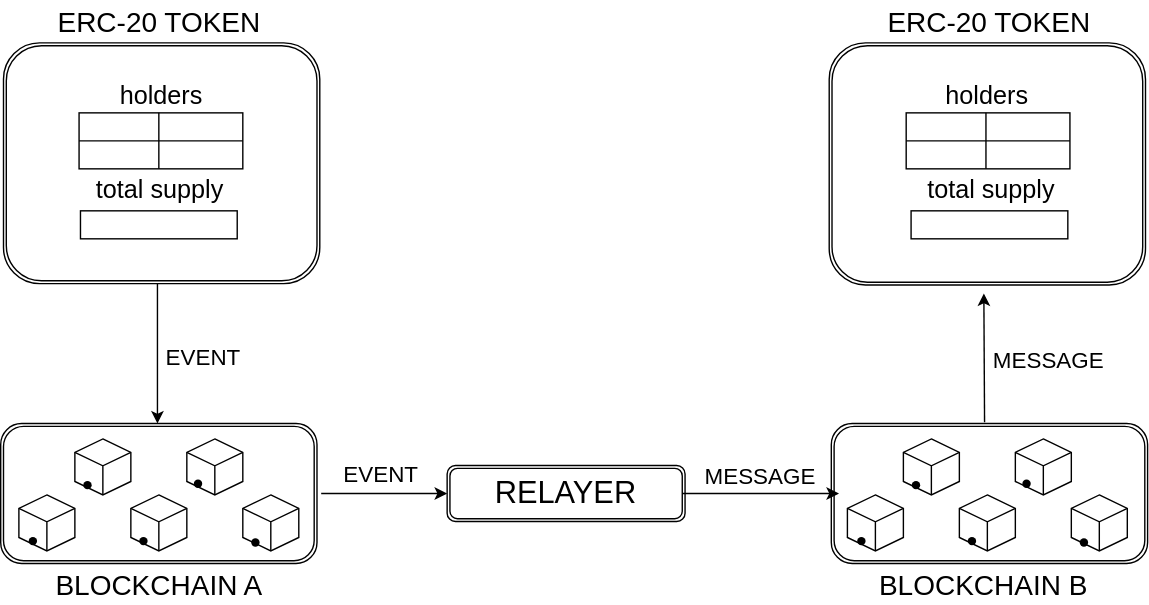
Earlier version of the draw.io export static/img/drawings/interop_message.svg (GoFungible/interop-site). Source tidied: cells renumbered, new cells last; positions are measured from the earlier drawing's top-left corner, leaving out a move shared by most shapes.
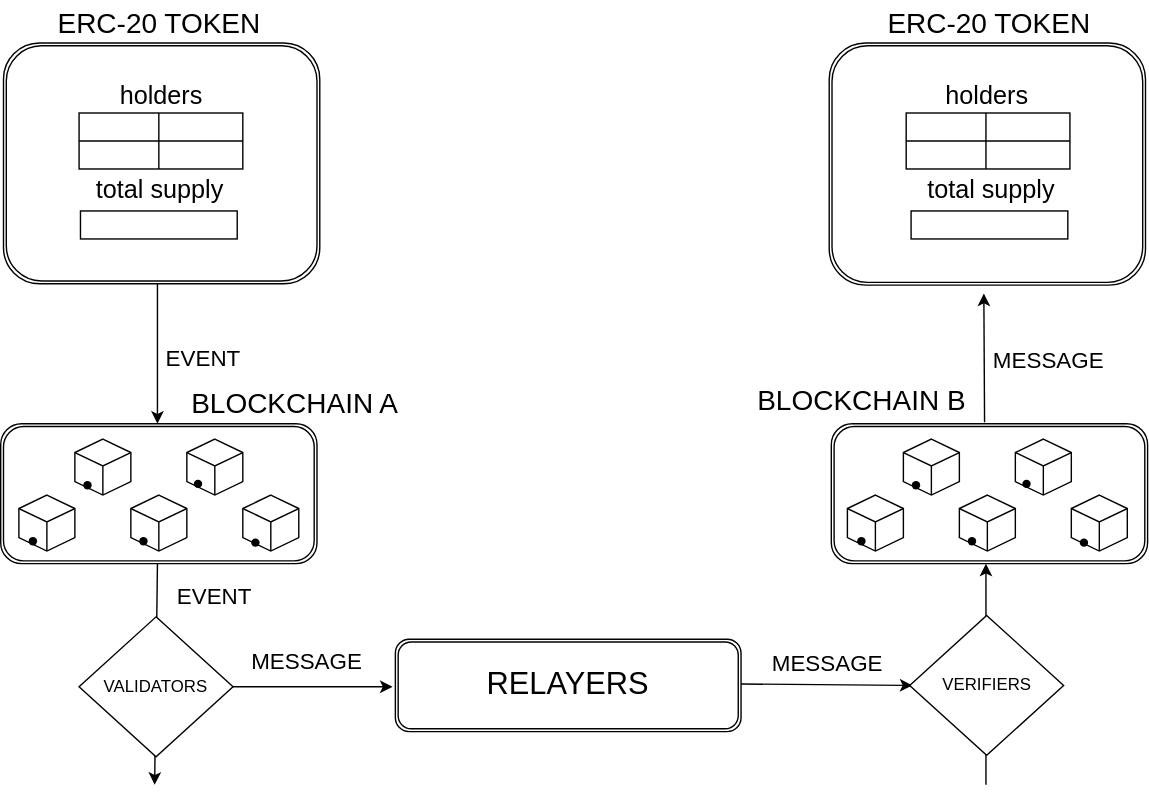
The same file after the commit.

The edit, as a diff of the source:
```diff
@@ -38,12 +38,13 @@
     <mxCell id="13" style="shape=waypoint;sketch=0;fillStyle=solid;size=6;fillColor=none;perimeter=centerPerimeter;labelBackgroundColor=none;" parent="1" vertex="1">
       <mxGeometry x="52" y="336" width="20" height="20" as="geometry" />
     </mxCell>
-    <mxCell id="14" value="&lt;font style=&quot;font-size: 22px;&quot;&gt;RELAYER&lt;/font&gt;" style="shape=ext;double=1;rounded=1;whiteSpace=wrap;html=1;labelBackgroundColor=none;" parent="1" vertex="1">
-      <mxGeometry x="319" y="332" width="170" height="40" as="geometry" />
+    <mxCell id="14" value="&lt;font style=&quot;font-size: 22px;&quot;&gt;RELAYERS&lt;/font&gt;" style="shape=ext;double=1;rounded=1;whiteSpace=wrap;html=1;labelBackgroundColor=none;" parent="1" vertex="1">
+      <mxGeometry x="282" y="456" width="247" height="66" as="geometry" />
     </mxCell>
-    <mxCell id="15" style="endArrow=classic;html=1;rounded=0;entryX=0;entryY=0.5;entryDx=0;entryDy=0;labelBackgroundColor=none;fontColor=default;" parent="1" edge="1" target="14">
+    <mxCell id="15" style="endArrow=classic;html=1;rounded=0;labelBackgroundColor=none;fontColor=default;" parent="1" edge="1">
       <mxGeometry relative="1" as="geometry">
-        <mxPoint x="229" y="352" as="sourcePoint" />
+        <mxPoint x="113" y="490" as="sourcePoint" />
+        <mxPoint x="280" y="490" as="targetPoint" />
       </mxGeometry>
     </mxCell>
     <mxCell id="16" style="html=1;shape=mxgraph.basic.isocube;isoAngle=15;labelBackgroundColor=none;" parent="1" vertex="1">
@@ -77,22 +78,19 @@
       <mxGeometry x="644" y="336" width="20" height="20" as="geometry" />
     </mxCell>
     <mxCell id="26" value="&lt;font style=&quot;font-size: 20px;&quot;&gt;BLOCKCHAIN A&lt;/font&gt;" style="text;html=1;whiteSpace=wrap;strokeColor=none;fillColor=none;align=center;verticalAlign=middle;rounded=0;" parent="1" vertex="1">
-      <mxGeometry x="35.5" y="402" width="155" height="30" as="geometry" />
+      <mxGeometry x="133" y="272" width="155" height="30" as="geometry" />
     </mxCell>
-    <mxCell id="27" value="&lt;span style=&quot;font-size: 16px;&quot;&gt;EVENT&lt;/span&gt;" style="text;html=1;whiteSpace=wrap;strokeColor=none;fillColor=none;align=center;verticalAlign=middle;rounded=0;" parent="1" vertex="1">
-      <mxGeometry x="239" y="323" width="66" height="30" as="geometry" />
-    </mxCell>
-    <mxCell id="28" style="endArrow=classic;html=1;rounded=0;exitX=1;exitY=0.5;exitDx=0;exitDy=0;exitPerimeter=0;labelBackgroundColor=none;fontColor=default;" parent="1" edge="1">
+    <mxCell id="28" style="endArrow=classic;html=1;rounded=0;labelBackgroundColor=none;fontColor=default;" parent="1" edge="1">
       <mxGeometry relative="1" as="geometry">
-        <mxPoint x="487" y="352" as="sourcePoint" />
-        <mxPoint x="599" y="352" as="targetPoint" />
+        <mxPoint x="704" y="560" as="sourcePoint" />
+        <mxPoint x="704" y="402" as="targetPoint" />
       </mxGeometry>
     </mxCell>
     <mxCell id="29" style="shape=ext;double=1;rounded=1;whiteSpace=wrap;html=1;" parent="1" vertex="1">
       <mxGeometry x="2" y="30" width="226" height="172" as="geometry" />
     </mxCell>
     <mxCell id="30" value="&lt;font style=&quot;font-size: 20px;&quot;&gt;BLOCKCHAIN B&lt;/font&gt;" style="text;html=1;whiteSpace=wrap;strokeColor=none;fillColor=none;align=center;verticalAlign=middle;rounded=0;" parent="1" vertex="1">
-      <mxGeometry x="625" y="402" width="155" height="30" as="geometry" />
+      <mxGeometry x="537.5" y="270" width="155" height="30" as="geometry" />
     </mxCell>
     <mxCell id="31" style="shape=ext;double=1;rounded=1;whiteSpace=wrap;html=1;" parent="1" vertex="1">
       <mxGeometry x="592" y="30" width="226" height="173" as="geometry" />
@@ -131,7 +129,7 @@
       <mxGeometry x="112" y="240" width="66" height="30" as="geometry" />
     </mxCell>
     <mxCell id="43" value="&lt;span style=&quot;font-size: 16px;&quot;&gt;MESSAGE&lt;/span&gt;" style="text;html=1;whiteSpace=wrap;strokeColor=none;fillColor=none;align=center;verticalAlign=middle;rounded=0;" parent="1" vertex="1">
-      <mxGeometry x="510" y="325" width="66" height="30" as="geometry" />
+      <mxGeometry x="558" y="458" width="66" height="30" as="geometry" />
     </mxCell>
     <mxCell id="44" value="&lt;span style=&quot;font-size: 16px;&quot;&gt;MESSAGE&lt;/span&gt;" style="text;html=1;whiteSpace=wrap;strokeColor=none;fillColor=none;align=center;verticalAlign=middle;rounded=0;" parent="1" vertex="1">
       <mxGeometry x="716" y="242" width="66" height="30" as="geometry" />
@@ -148,5 +146,29 @@
         <mxPoint x="702.5" y="209" as="targetPoint" />
       </mxGeometry>
     </mxCell>
+    <mxCell id="27" value="&lt;font style=&quot;font-size: 16px;&quot;&gt;EVENT&lt;/font&gt;" style="text;html=1;whiteSpace=wrap;strokeColor=none;fillColor=none;align=center;verticalAlign=middle;rounded=0;" parent="1" vertex="1">
+      <mxGeometry x="120" y="410" width="66" height="30" as="geometry" />
+    </mxCell>
+    <mxCell id="47" style="endArrow=classic;html=1;rounded=0;" parent="1" edge="1">
+      <mxGeometry relative="1" as="geometry">
+        <mxPoint x="112" y="402" as="sourcePoint" />
+        <mxPoint x="110" y="560" as="targetPoint" />
+      </mxGeometry>
+    </mxCell>
+    <mxCell id="48" style="endArrow=classic;html=1;rounded=0;labelBackgroundColor=none;fontColor=default;" parent="1" edge="1">
+      <mxGeometry relative="1" as="geometry">
+        <mxPoint x="529" y="488" as="sourcePoint" />
+        <mxPoint x="651.5" y="489" as="targetPoint" />
+      </mxGeometry>
+    </mxCell>
+    <mxCell id="49" value="&lt;span style=&quot;font-size: 16px;&quot;&gt;MESSAGE&lt;/span&gt;" style="text;html=1;whiteSpace=wrap;strokeColor=none;fillColor=none;align=center;verticalAlign=middle;rounded=0;" parent="1" vertex="1">
+      <mxGeometry x="186" y="457" width="66" height="30" as="geometry" />
+    </mxCell>
+    <mxCell id="50" value="VALIDATORS" style="rhombus;whiteSpace=wrap;html=1;" parent="1" vertex="1">
+      <mxGeometry x="56" y="440" width="110" height="100" as="geometry" />
+    </mxCell>
+    <mxCell id="51" value="VERIFIERS" style="rhombus;whiteSpace=wrap;html=1;" parent="1" vertex="1">
+      <mxGeometry x="649.5" y="439" width="110" height="100" as="geometry" />
+    </mxCell>
   </root>
 </mxGraphModel>
```
